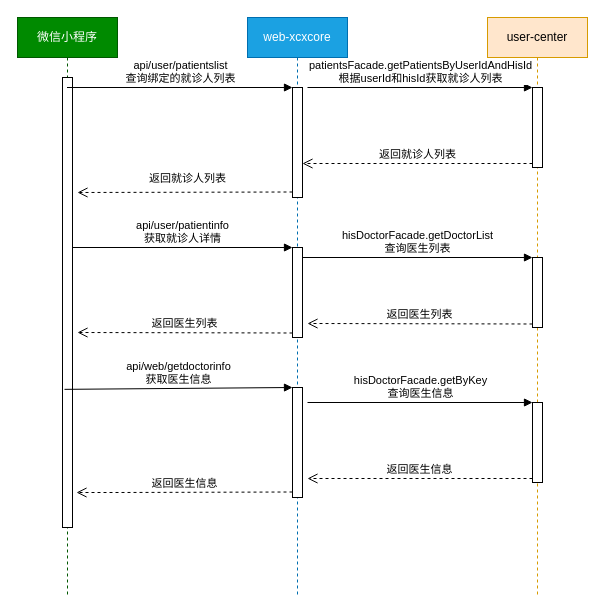
This is 我的就诊人.drawio from beautyofsoul/drowio, a draw.io file, before an edit. Source tidied: cells renumbered, new cells numbered last; positions are measured from the earlier drawing's top-left corner, leaving out a move shared by most shapes. Both pictures are drawn from the tidied source at 100%, with x=0, y=0 at pixel (17, 17).
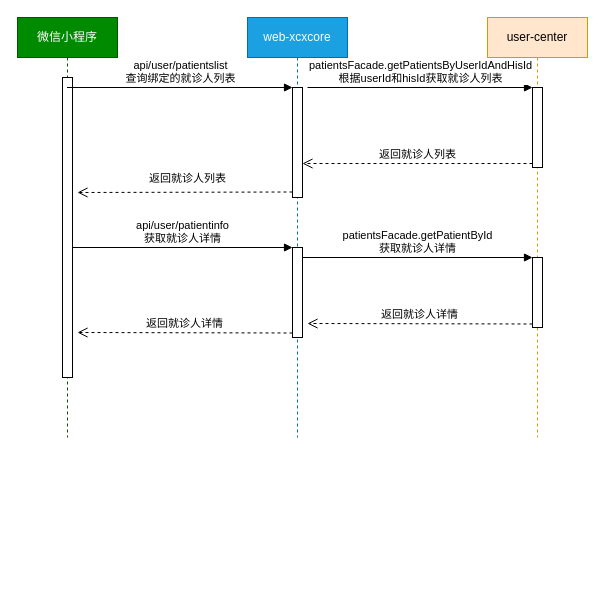
After the change.

Commit message:
更新我的就诊人.drawio

Unchanged cells that the change refers to:
```xml
<mxCell id="6" style="html=1;points=[];perimeter=orthogonalPerimeter;" parent="4" vertex="1">
  <mxGeometry x="45" y="230" width="10" height="90" as="geometry" />
</mxCell>
<mxCell id="10" style="html=1;points=[];perimeter=orthogonalPerimeter;" parent="8" vertex="1">
  <mxGeometry x="45" y="240" width="10" height="70" as="geometry" />
</mxCell>
```

Diff of the diagram source:
```diff
@@
     <mxCell id="2" value="微信小程序" style="shape=umlLifeline;perimeter=lifelinePerimeter;whiteSpace=wrap;html=1;outlineConnect=0;fillColor=#008a00;strokeColor=#005700;fontColor=#ffffff;" parent="1" vertex="1">
-      <mxGeometry width="100" height="580" as="geometry" />
+      <mxGeometry width="100" height="420" as="geometry" />
     </mxCell>
     <mxCell id="3" style="html=1;points=[];perimeter=orthogonalPerimeter;" parent="2" vertex="1">
-      <mxGeometry x="45" y="60" width="10" height="450" as="geometry" />
+      <mxGeometry x="45" y="60" width="10" height="300" as="geometry" />
     </mxCell>
     <mxCell id="4" value="web-xcxcore" style="shape=umlLifeline;perimeter=lifelinePerimeter;whiteSpace=wrap;html=1;fillColor=#1ba1e2;strokeColor=#006EAF;fontColor=#ffffff;" parent="1" vertex="1">
-      <mxGeometry x="230" width="100" height="580" as="geometry" />
+      <mxGeometry x="230" width="100" height="420" as="geometry" />
     </mxCell>
@@
-    <mxCell id="7" style="html=1;points=[];perimeter=orthogonalPerimeter;" parent="4" vertex="1">
-      <mxGeometry x="45" y="370" width="10" height="110" as="geometry" />
-    </mxCell>
     <mxCell id="8" value="user-center" style="shape=umlLifeline;perimeter=lifelinePerimeter;whiteSpace=wrap;html=1;fillColor=#ffe6cc;strokeColor=#d79b00;" parent="1" vertex="1">
-      <mxGeometry x="470" width="100" height="580" as="geometry" />
+      <mxGeometry x="470" width="100" height="420" as="geometry" />
     </mxCell>
@@
-    <mxCell id="11" value="返回医生列表" style="html=1;verticalAlign=bottom;endArrow=open;dashed=1;endSize=8;exitX=0;exitY=0.95;" parent="8" edge="1" source="10">
+    <mxCell id="11" value="返回就诊人详情" style="html=1;verticalAlign=bottom;endArrow=open;dashed=1;endSize=8;exitX=0;exitY=0.95;" parent="8" edge="1" source="10">
       <mxGeometry relative="1" as="geometry">
         <mxPoint x="-180" y="306" as="targetPoint" />
       </mxGeometry>
     </mxCell>
-    <mxCell id="12" style="html=1;points=[];perimeter=orthogonalPerimeter;" parent="8" vertex="1">
-      <mxGeometry x="45" y="385" width="10" height="80" as="geometry" />
-    </mxCell>
-    <mxCell id="13" value="返回医生信息" style="html=1;verticalAlign=bottom;endArrow=open;dashed=1;endSize=8;exitX=0;exitY=0.95;" parent="8" edge="1" source="12">
-      <mxGeometry relative="1" as="geometry">
-        <mxPoint x="-180" y="461" as="targetPoint" />
-      </mxGeometry>
-    </mxCell>
@@
-    <mxCell id="19" value="返回医生列表" style="html=1;verticalAlign=bottom;endArrow=open;dashed=1;endSize=8;exitX=0;exitY=0.95;" parent="1" edge="1" source="6">
+    <mxCell id="19" value="返回就诊人详情" style="html=1;verticalAlign=bottom;endArrow=open;dashed=1;endSize=8;exitX=0;exitY=0.95;" parent="1" edge="1" source="6">
       <mxGeometry relative="1" as="geometry">
         <mxPoint x="60" y="315" as="targetPoint" />
       </mxGeometry>
     </mxCell>
-    <mxCell id="20" value="hisDoctorFacade.getDoctorList&lt;br&gt;&lt;div&gt;查询医生列表&lt;br&gt;&lt;/div&gt;" style="html=1;verticalAlign=bottom;endArrow=block;entryX=0;entryY=0;" parent="1" edge="1" source="6" target="10">
+    <mxCell id="20" value="patientsFacade.getPatientById&lt;br&gt;&lt;div&gt;获取就诊人详情&lt;br&gt;&lt;/div&gt;" style="html=1;verticalAlign=bottom;endArrow=block;entryX=0;entryY=0;" parent="1" edge="1" source="6" target="10">
       <mxGeometry relative="1" as="geometry" />
     </mxCell>
-    <mxCell id="21" value="&lt;div&gt;api/web/getdoctorinfo&lt;/div&gt;&lt;div&gt;获取医生信息&lt;br&gt;&lt;/div&gt;" style="html=1;verticalAlign=bottom;endArrow=block;entryX=0;entryY=0;exitX=0.2;exitY=0.693;exitDx=0;exitDy=0;exitPerimeter=0;" parent="1" edge="1" source="3" target="7">
-      <mxGeometry relative="1" as="geometry" />
-    </mxCell>
-    <mxCell id="22" value="返回医生信息" style="html=1;verticalAlign=bottom;endArrow=open;dashed=1;endSize=8;exitX=0;exitY=0.95;" parent="1" edge="1" source="7">
-      <mxGeometry relative="1" as="geometry">
-        <mxPoint x="59" y="475" as="targetPoint" />
-        <Array as="points">
-          <mxPoint x="100" y="475" />
-        </Array>
-      </mxGeometry>
-    </mxCell>
-    <mxCell id="23" value="&lt;div&gt;hisDoctorFacade.getByKey&lt;/div&gt;&lt;div&gt;查询医生信息&lt;br&gt;&lt;/div&gt;" style="html=1;verticalAlign=bottom;endArrow=block;entryX=0;entryY=0;" parent="1" edge="1" target="12">
-      <mxGeometry relative="1" as="geometry">
-        <mxPoint x="290" y="385" as="sourcePoint" />
-      </mxGeometry>
-    </mxCell>
```
